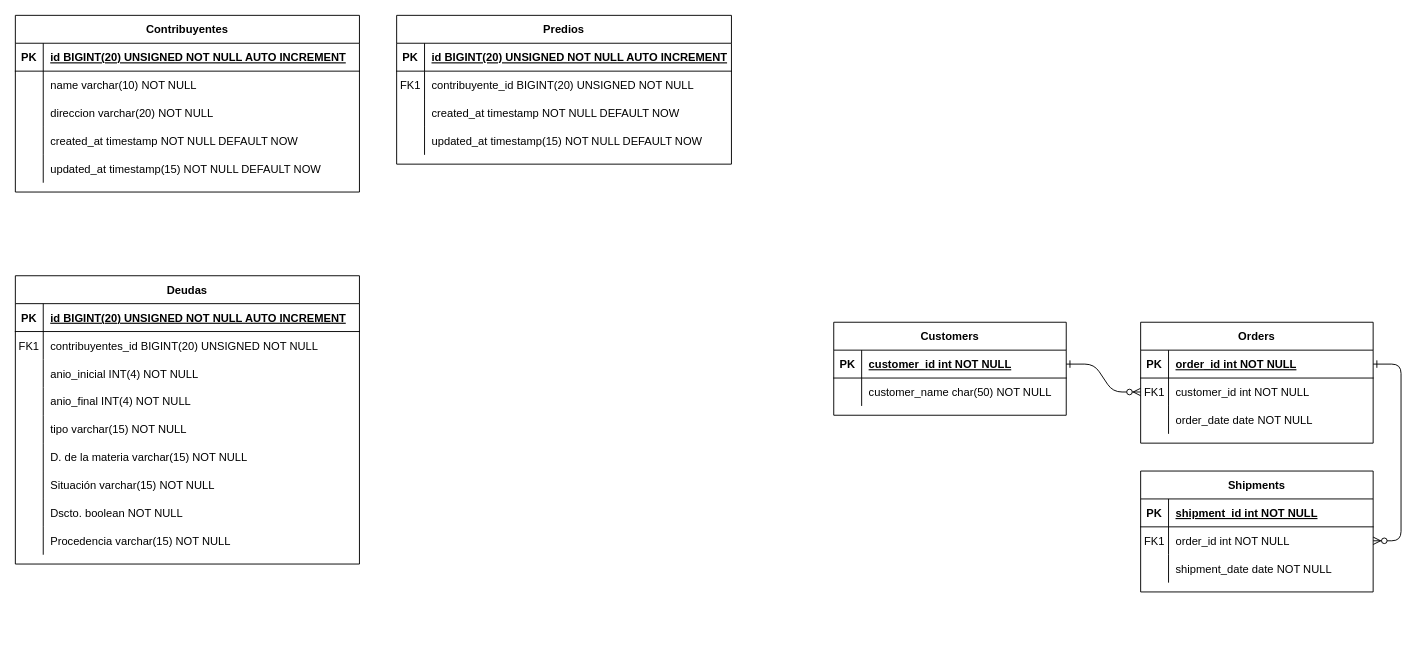
Before: Diagrama Físico.drawio in josephmb830/cursosql, a draw.io diagram. Source tidied: cells renumbered, new cells numbered last; positions are measured from the earlier drawing's top-left corner, leaving out a move shared by most shapes. Both pictures are drawn from the tidied source at 93%, with x=0, y=0 at pixel (15, 15).
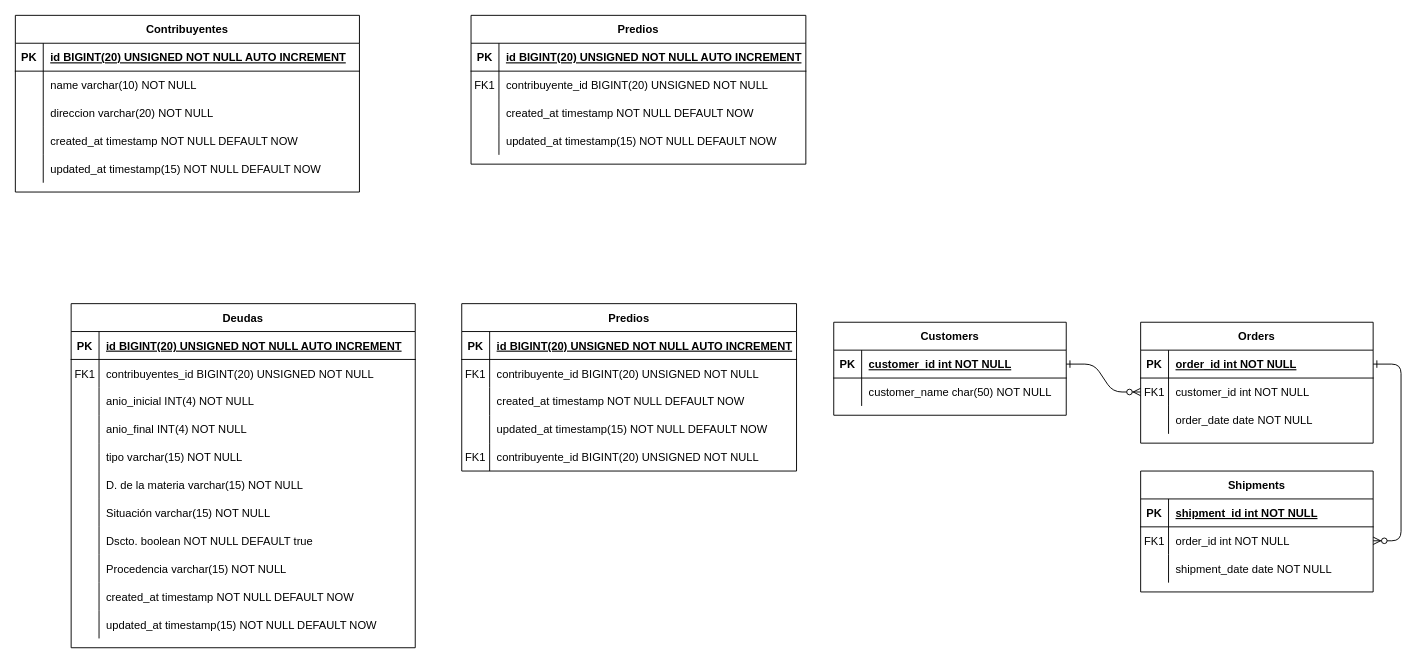
Above is the later version.

Unchanged cells that the change refers to:
```xml
<mxCell id="83" style="shape=partialRectangle;fillColor=none;top=0;left=0;right=0;bottom=0;" parent="61" vertex="1">
  <mxGeometry y="240" width="370" height="30" as="geometry" />
</mxCell>
```

Diff of the diagram source:
```diff
@@
     <mxCell id="47" value="Predios" style="shape=table;startSize=30;childLayout=tableLayout;rowLines=0;fontStyle=1;align=center;" parent="1" vertex="1">
-      <mxGeometry x="410" width="360" height="160" as="geometry" />
+      <mxGeometry x="490" width="360" height="160" as="geometry" />
     </mxCell>
@@
     <mxCell id="61" value="Deudas" style="shape=table;startSize=30;childLayout=tableLayout;rowLines=0;fontStyle=1;align=center;" parent="1" vertex="1">
-      <mxGeometry y="280" width="370" height="310" as="geometry" />
+      <mxGeometry x="60" y="310" width="370" height="370" as="geometry" />
     </mxCell>
@@
-    <mxCell id="85" value="Dscto. boolean NOT NULL" style="shape=partialRectangle;overflow=hidden;fillColor=none;top=0;left=0;bottom=0;right=0;align=left;spacingLeft=6;" parent="83" vertex="1">
+    <mxCell id="85" value="Dscto. boolean NOT NULL DEFAULT true" style="shape=partialRectangle;overflow=hidden;fillColor=none;top=0;left=0;bottom=0;right=0;align=left;spacingLeft=6;" parent="83" vertex="1">
       <mxGeometry x="30" width="340" height="30" as="geometry" />
     </mxCell>
@@
+    <mxCell id="89" style="shape=partialRectangle;fillColor=none;top=0;left=0;right=0;bottom=0;" parent="61" vertex="1">
+      <mxGeometry y="300" width="370" height="30" as="geometry" />
+    </mxCell>
+    <mxCell id="90" style="shape=partialRectangle;overflow=hidden;fillColor=none;top=0;left=0;bottom=0;right=0;" parent="89" vertex="1">
+      <mxGeometry width="30" height="30" as="geometry" />
+    </mxCell>
+    <mxCell id="91" value="created_at timestamp NOT NULL DEFAULT NOW" style="shape=partialRectangle;overflow=hidden;fillColor=none;top=0;left=0;bottom=0;right=0;align=left;spacingLeft=6;" parent="89" vertex="1">
+      <mxGeometry x="30" width="340" height="30" as="geometry" />
+    </mxCell>
+    <mxCell id="92" style="shape=partialRectangle;fillColor=none;top=0;left=0;right=0;bottom=0;" parent="61" vertex="1">
+      <mxGeometry y="330" width="370" height="30" as="geometry" />
+    </mxCell>
+    <mxCell id="93" style="shape=partialRectangle;overflow=hidden;fillColor=none;top=0;left=0;bottom=0;right=0;" parent="92" vertex="1">
+      <mxGeometry width="30" height="30" as="geometry" />
+    </mxCell>
+    <mxCell id="94" value="updated_at timestamp(15) NOT NULL DEFAULT NOW" style="shape=partialRectangle;overflow=hidden;fillColor=none;top=0;left=0;bottom=0;right=0;align=left;spacingLeft=6;" parent="92" vertex="1">
+      <mxGeometry x="30" width="340" height="30" as="geometry" />
+    </mxCell>
+    <mxCell id="95" value="Predios" style="shape=table;startSize=30;childLayout=tableLayout;rowLines=0;fontStyle=1;align=center;" parent="1" vertex="1">
+      <mxGeometry x="480" y="310" width="360" height="180" as="geometry" />
+    </mxCell>
+    <mxCell id="96" style="shape=partialRectangle;fillColor=none;top=0;left=0;right=0;bottom=1;" parent="95" vertex="1">
+      <mxGeometry y="30" width="360" height="30" as="geometry" />
+    </mxCell>
+    <mxCell id="97" value="PK" style="shape=partialRectangle;overflow=hidden;fillColor=none;top=0;left=0;bottom=0;right=0;fontStyle=1;" parent="96" vertex="1">
+      <mxGeometry width="30" height="30" as="geometry" />
+    </mxCell>
+    <mxCell id="98" value="id BIGINT(20) UNSIGNED NOT NULL AUTO INCREMENT" style="shape=partialRectangle;overflow=hidden;fillColor=none;top=0;left=0;bottom=0;right=0;align=left;spacingLeft=6;fontStyle=5;" parent="96" vertex="1">
+      <mxGeometry x="30" width="330" height="30" as="geometry" />
+    </mxCell>
+    <mxCell id="99" style="shape=partialRectangle;fillColor=none;points=[[0,0.5],[1,0.5]];portConstraint=eastwest;top=0;left=0;right=0;bottom=0;" parent="95" vertex="1">
+      <mxGeometry y="60" width="360" height="30" as="geometry" />
+    </mxCell>
+    <mxCell id="100" value="FK1" style="shape=partialRectangle;overflow=hidden;fillColor=none;top=0;left=0;bottom=0;right=0;" parent="99" vertex="1">
+      <mxGeometry width="30" height="30" as="geometry" />
+    </mxCell>
+    <mxCell id="101" value="contribuyente_id BIGINT(20) UNSIGNED NOT NULL " style="shape=partialRectangle;overflow=hidden;fillColor=none;top=0;left=0;bottom=0;right=0;align=left;spacingLeft=6;" parent="99" vertex="1">
+      <mxGeometry x="30" width="330" height="30" as="geometry" />
+    </mxCell>
+    <mxCell id="102" style="shape=partialRectangle;fillColor=none;top=0;left=0;right=0;bottom=0;" parent="95" vertex="1">
+      <mxGeometry y="90" width="360" height="30" as="geometry" />
+    </mxCell>
+    <mxCell id="103" style="shape=partialRectangle;overflow=hidden;fillColor=none;top=0;left=0;bottom=0;right=0;" parent="102" vertex="1">
+      <mxGeometry width="30" height="30" as="geometry" />
+    </mxCell>
+    <mxCell id="104" value="created_at timestamp NOT NULL DEFAULT NOW" style="shape=partialRectangle;overflow=hidden;fillColor=none;top=0;left=0;bottom=0;right=0;align=left;spacingLeft=6;" parent="102" vertex="1">
+      <mxGeometry x="30" width="330" height="30" as="geometry" />
+    </mxCell>
+    <mxCell id="105" style="edgeStyle=none;curved=1;rounded=0;jettySize=auto;html=1;entryX=1;entryY=0.233;entryDx=0;entryDy=0;entryPerimeter=0;fontSize=12;startSize=8;endSize=8;" parent="95" edge="1" source="95" target="99">
+      <mxGeometry relative="1" as="geometry" />
+    </mxCell>
+    <mxCell id="106" style="shape=partialRectangle;fillColor=none;top=0;left=0;right=0;bottom=0;" parent="95" vertex="1">
+      <mxGeometry y="120" width="360" height="30" as="geometry" />
+    </mxCell>
+    <mxCell id="107" style="shape=partialRectangle;overflow=hidden;fillColor=none;top=0;left=0;bottom=0;right=0;" parent="106" vertex="1">
+      <mxGeometry width="30" height="30" as="geometry" />
+    </mxCell>
+    <mxCell id="108" value="updated_at timestamp(15) NOT NULL DEFAULT NOW" style="shape=partialRectangle;overflow=hidden;fillColor=none;top=0;left=0;bottom=0;right=0;align=left;spacingLeft=6;" parent="106" vertex="1">
+      <mxGeometry x="30" width="330" height="30" as="geometry" />
+    </mxCell>
+    <mxCell id="109" style="shape=partialRectangle;fillColor=none;top=0;left=0;right=0;bottom=0;" parent="95" vertex="1">
+      <mxGeometry y="150" width="360" height="30" as="geometry" />
+    </mxCell>
+    <mxCell id="110" value="FK1" style="shape=partialRectangle;overflow=hidden;fillColor=none;top=0;left=0;bottom=0;right=0;" parent="109" vertex="1">
+      <mxGeometry width="30" height="30" as="geometry" />
+    </mxCell>
+    <mxCell id="111" value="contribuyente_id BIGINT(20) UNSIGNED NOT NULL " style="shape=partialRectangle;overflow=hidden;fillColor=none;top=0;left=0;bottom=0;right=0;align=left;spacingLeft=6;" parent="109" vertex="1">
+      <mxGeometry x="30" width="330" height="30" as="geometry" />
+    </mxCell>
```
